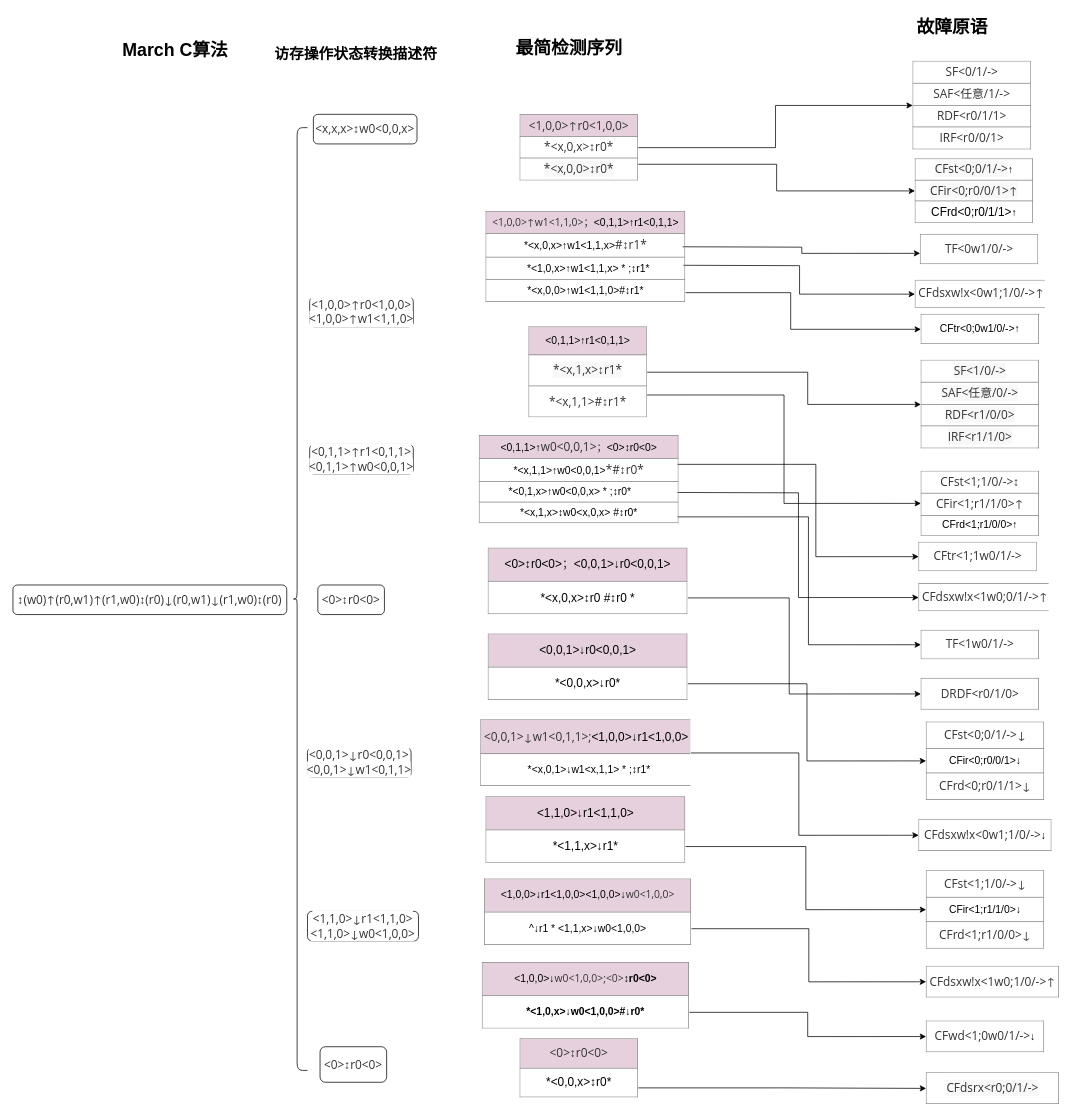
The draw.io diagram doc/march c检测故障.drawio in shanshan-lu/homwork, before the edit. Source tidied: cells renumbered, new cells numbered last; positions are measured from the earlier drawing's top-left corner, leaving out a move shared by most shapes. Both pictures are drawn from the tidied source at 74%, with x=0, y=0 at pixel (13, 13).
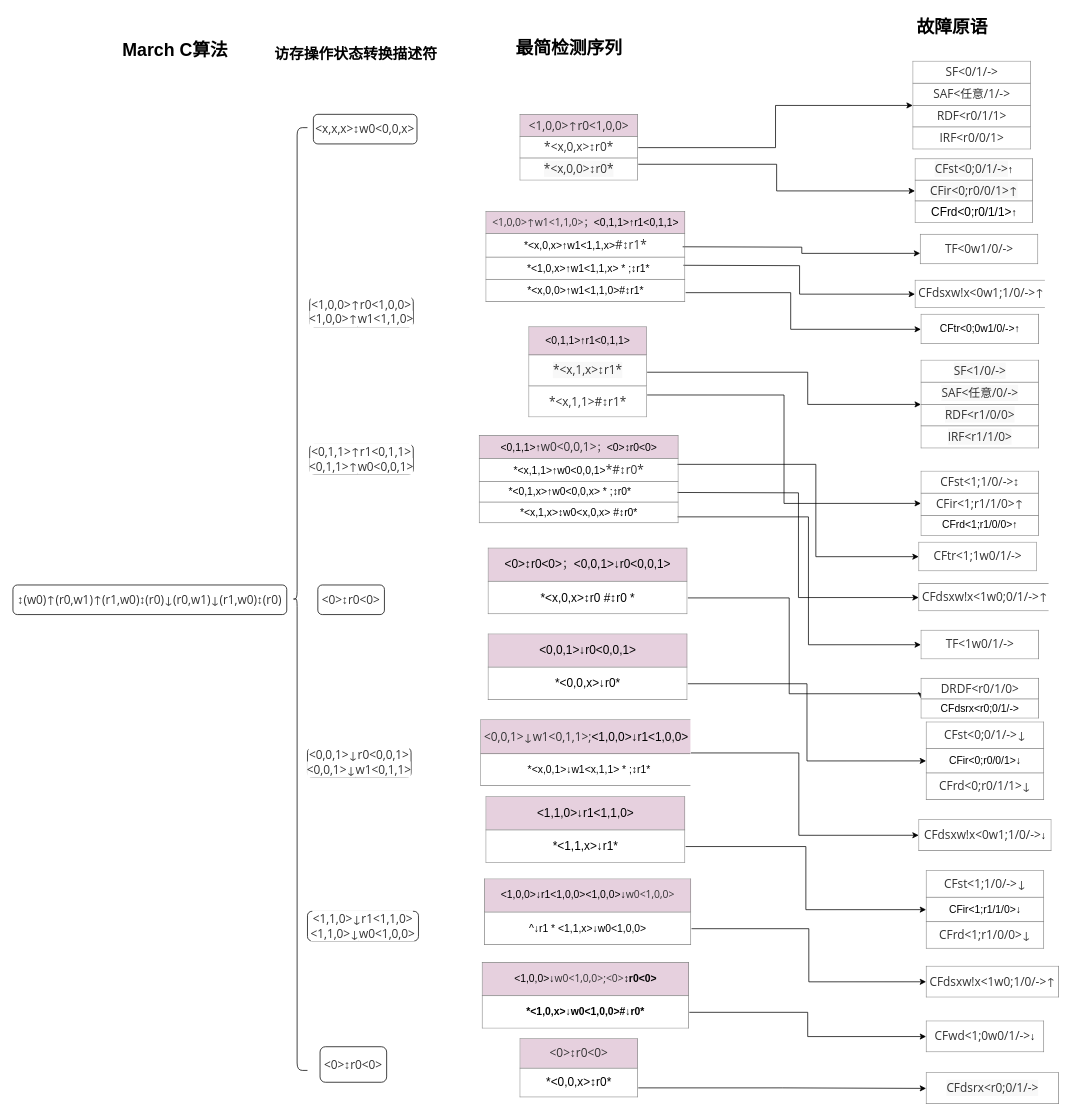
After the change.

Commit message:
更新march c检测故障.drawio

What changed in the source:
```diff
@@
-    <mxCell id="40" value="&lt;table border=&quot;1&quot; width=&quot;100%&quot; height=&quot;100%&quot; cellpadding=&quot;4&quot; style=&quot;width: 100%; height: 100%; border-collapse: collapse; background-color: rgb(255, 255, 255);&quot;&gt;&lt;tbody&gt;&lt;tr&gt;&lt;th style=&quot;text-align: center;&quot;&gt;&lt;span style=&quot;color: rgb(51, 51, 51); font-family: &amp;quot;Open Sans&amp;quot;, &amp;quot;Clear Sans&amp;quot;, &amp;quot;Helvetica Neue&amp;quot;, Helvetica, Arial, sans-serif; font-size: 16px; font-weight: 400; text-align: left;&quot;&gt;DRDF&amp;lt;r0/1/0&amp;gt;&lt;/span&gt;&lt;br&gt;&lt;/th&gt;&lt;/tr&gt;&lt;/tbody&gt;&lt;/table&gt;" style="text;html=1;overflow=fill;rounded=1;glass=0;labelBackgroundColor=#E6D0DE;fontSize=14;" parent="1" vertex="1">
-      <mxGeometry x="1227" y="899" width="160" height="42.5" as="geometry" />
+    <mxCell id="40" value="&lt;table border=&quot;1&quot; width=&quot;100%&quot; height=&quot;100%&quot; cellpadding=&quot;4&quot; style=&quot;width: 100%; height: 100%; border-collapse: collapse; background-color: rgb(255, 255, 255);&quot;&gt;&lt;tbody&gt;&lt;tr&gt;&lt;th style=&quot;text-align: center;&quot;&gt;&lt;span style=&quot;color: rgb(51, 51, 51); font-family: &amp;quot;Open Sans&amp;quot;, &amp;quot;Clear Sans&amp;quot;, &amp;quot;Helvetica Neue&amp;quot;, Helvetica, Arial, sans-serif; font-size: 16px; font-weight: 400; text-align: left;&quot;&gt;DRDF&amp;lt;r0/1/0&amp;gt;&lt;/span&gt;&lt;br&gt;&lt;/th&gt;&lt;/tr&gt;&lt;tr&gt;&lt;td style=&quot;text-align: center;&quot;&gt;CFdsrx&amp;lt;r0;0/1/-&amp;gt;&lt;/td&gt;&lt;/tr&gt;&lt;/tbody&gt;&lt;/table&gt;" style="text;html=1;overflow=fill;rounded=1;glass=0;labelBackgroundColor=#E6D0DE;fontSize=14;" parent="1" vertex="1">
+      <mxGeometry x="1227" y="899" width="160" height="55" as="geometry" />
     </mxCell>
```
